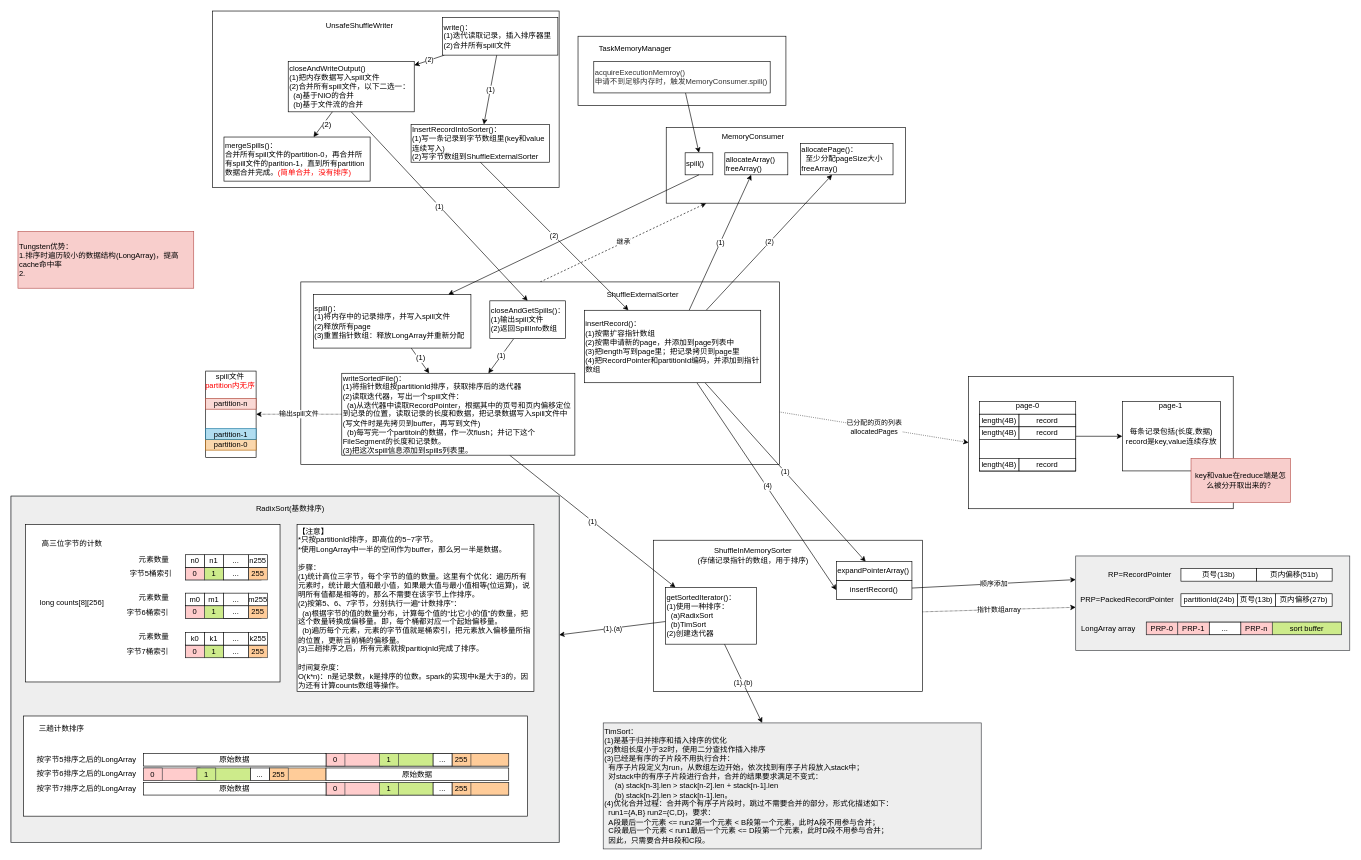
The draw.io diagram page "ShuffleExternalSorter" (11 of 13) of Spark.drawio in marsno1/notes, before the edit. Source tidied: cells renumbered, new cells numbered last; positions are measured from the earlier drawing's top-left corner, leaving out a move shared by most shapes. Both pictures are drawn from the tidied source at 63%, with x=0, y=0 at pixel (11, 11).
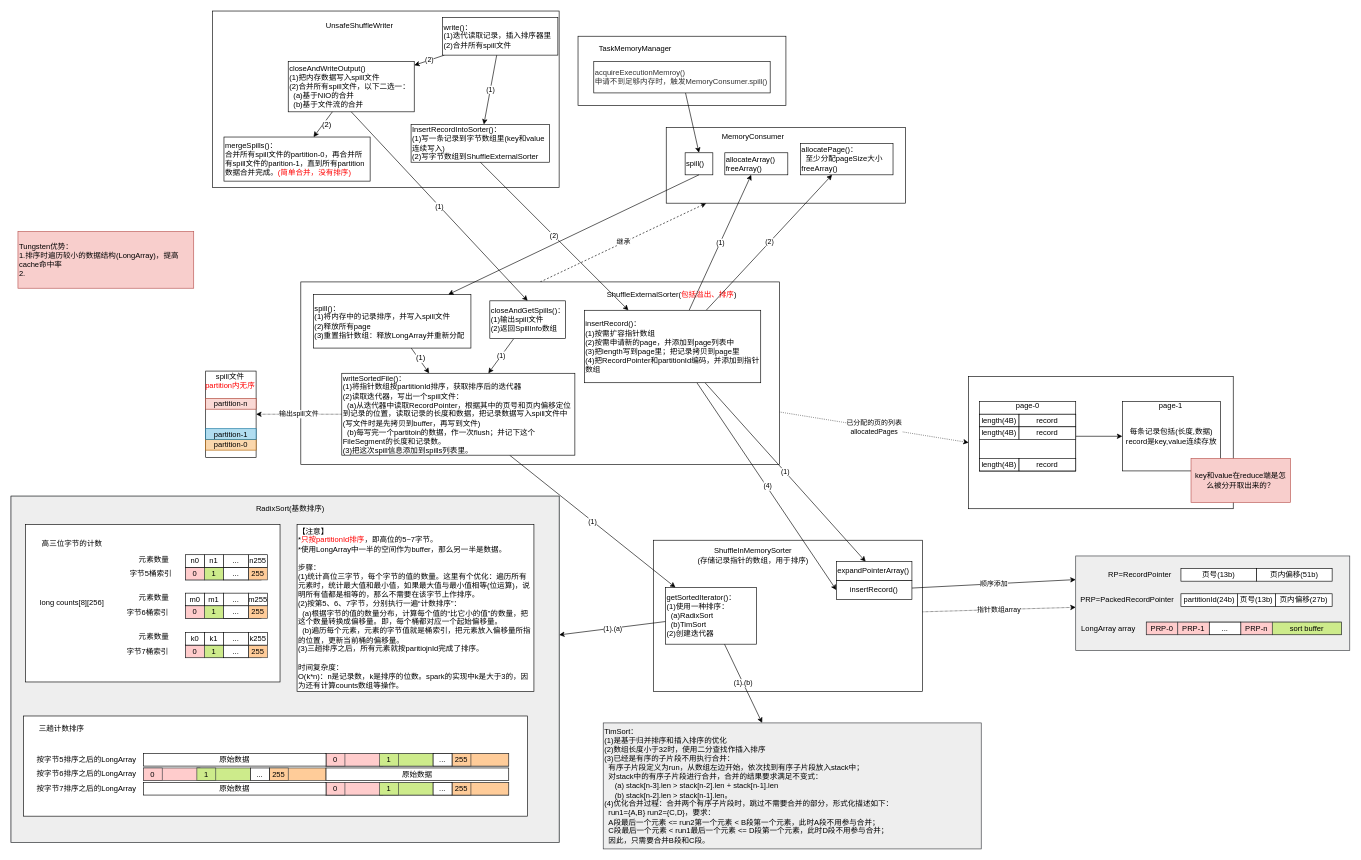
After the change.

The change refers to these unchanged cells:
```xml
<mxCell id="54" style="group;fillColor=#eeeeee;strokeColor=#36393d;" parent="1" vertex="1">
  <mxGeometry y="770" width="870" height="550" as="geometry" />
</mxCell>
```

What changed in the source:
```diff
@@
-    <mxCell id="9" value="ShuffleExternalSorter" style="text;html=1;strokeColor=none;fillColor=none;align=center;verticalAlign=middle;whiteSpace=wrap;rounded=0;fontFamily=Helvetica;" parent="1" vertex="1">
-      <mxGeometry x="938" y="440" width="130" height="20" as="geometry" />
+    <mxCell id="9" value="ShuffleExternalSorter(&lt;font color=&quot;#ff0000&quot;&gt;包括溢出、排序&lt;/font&gt;)" style="text;html=1;strokeColor=none;fillColor=none;align=center;verticalAlign=middle;whiteSpace=wrap;rounded=0;fontFamily=Helvetica;" parent="1" vertex="1">
+      <mxGeometry x="938" y="440" width="222" height="20" as="geometry" />
     </mxCell>
@@
-    <mxCell id="56" value="【注意】&lt;br&gt;*只按partitionId排序，即高位的5~7字节。&lt;br&gt;*使用LongArray中一半的空间作为buffer，那么另一半是数据。&lt;br&gt;&lt;br&gt;步骤：&lt;br&gt;(1)统计高位三字节，每个字节的值的数量。这里有个优化：遍历所有元素时，统计最大值和最小值，如果最大值与最小值相等(位运算)，说明所有值都是相等的，那么不需要在该字节上作排序。&lt;br&gt;(2)按第5、6、7字节，分别执行一遍“计数排序”：&lt;br&gt;&amp;nbsp; (a)根据字节的值的数量分布，计算每个值的“比它小的值”的数量，把这个数量转换成偏移量。即，每个桶都对应一个起始偏移量。&lt;br&gt;&amp;nbsp; (b)遍历每个元素，元素的字节值就是桶索引，把元素放入偏移量所指的位置，更新当前桶的偏移量。&lt;br&gt;(3)三趟排序之后，所有元素就按paritiojnId完成了排序。&lt;br&gt;&lt;br&gt;时间复杂度：&lt;br&gt;O(k*n)：n是记录数，k是排序的位数。spark的实现中k是大于3的，因为还有计算counts数组等操作。" style="rounded=0;whiteSpace=wrap;html=1;strokeColor=#000000;gradientColor=#ffffff;fontFamily=Helvetica;align=left;" parent="54" vertex="1">
+    <mxCell id="56" value="【注意】&lt;br&gt;*&lt;font color=&quot;#ff0000&quot;&gt;只按partitionId排序&lt;/font&gt;，即高位的5~7字节。&lt;br&gt;*使用LongArray中一半的空间作为buffer，那么另一半是数据。&lt;br&gt;&lt;br&gt;步骤：&lt;br&gt;(1)统计高位三字节，每个字节的值的数量。这里有个优化：遍历所有元素时，统计最大值和最小值，如果最大值与最小值相等(位运算)，说明所有值都是相等的，那么不需要在该字节上作排序。&lt;br&gt;(2)按第5、6、7字节，分别执行一遍“计数排序”：&lt;br&gt;&amp;nbsp; (a)根据字节的值的数量分布，计算每个值的“比它小的值”的数量，把这个数量转换成偏移量。即，每个桶都对应一个起始偏移量。&lt;br&gt;&amp;nbsp; (b)遍历每个元素，元素的字节值就是桶索引，把元素放入偏移量所指的位置，更新当前桶的偏移量。&lt;br&gt;(3)三趟排序之后，所有元素就按paritiojnId完成了排序。&lt;br&gt;&lt;br&gt;时间复杂度：&lt;br&gt;O(k*n)：n是记录数，k是排序的位数。spark的实现中k是大于3的，因为还有计算counts数组等操作。" style="rounded=0;whiteSpace=wrap;html=1;strokeColor=#000000;gradientColor=#ffffff;fontFamily=Helvetica;align=left;" parent="54" vertex="1">
       <mxGeometry x="454" y="45" width="376" height="265" as="geometry" />
     </mxCell>
```
